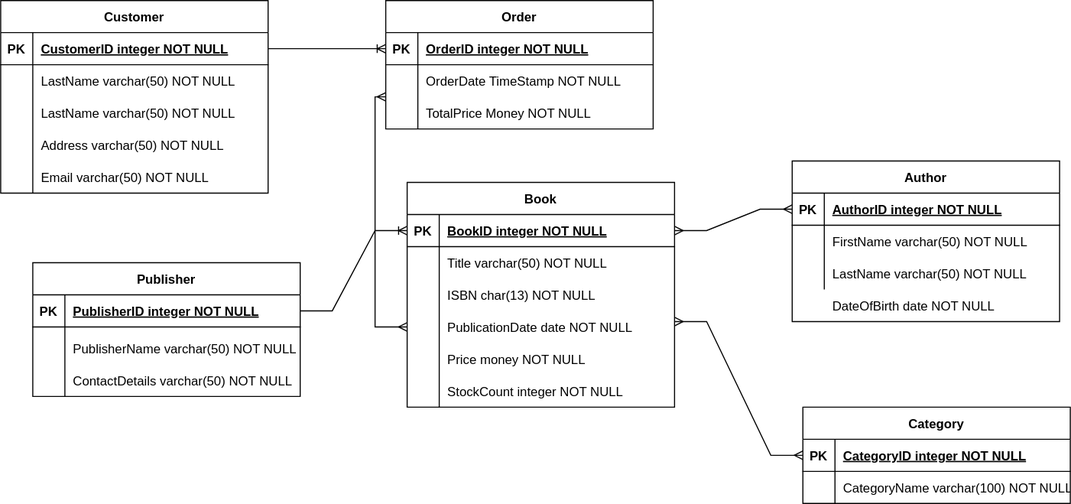
Before: docs/Bookstore-API-ERD.drawio.svg, a diagram exported from draw.io (Software-Engineering-1-Group-13/Bookstore-API). Source tidied: cells renumbered, new cells last; positions are measured from the earlier drawing's top-left corner, leaving out a move shared by most shapes.
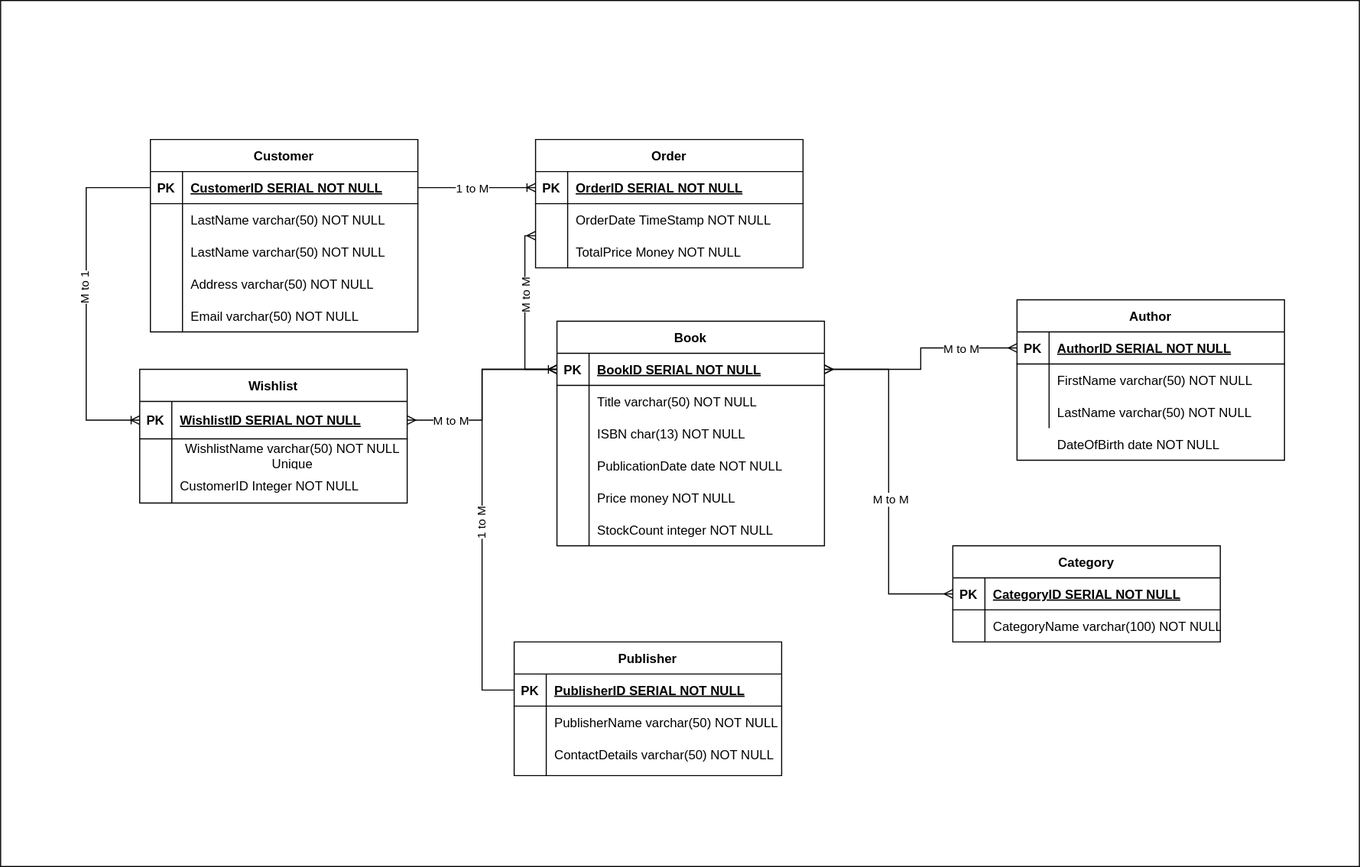
The same file after the commit.

Commit message:
BSAPI-5: added additional explanation and wishlist table.

The edit, as a diff of the source:
```diff
@@ -2,8 +2,11 @@
   <root>
     <mxCell id="0" />
     <mxCell id="1" parent="0" />
+    <mxCell id="84" style="rounded=0;whiteSpace=wrap;html=1;" parent="1" vertex="1">
+      <mxGeometry x="-140" y="-130" width="1270" height="810" as="geometry" />
+    </mxCell>
     <mxCell id="2" value="Author" style="shape=table;startSize=30;rowLines=0;fontStyle=1;align=center;" parent="1" vertex="1">
-      <mxGeometry x="740" y="150" width="250" height="150" as="geometry" />
+      <mxGeometry x="810" y="150" width="250" height="150" as="geometry" />
     </mxCell>
     <mxCell id="3" style="shape=partialRectangle;fillColor=none;points=[[0,0.5],[1,0.5]];portConstraint=eastwest;top=0;left=0;right=0;bottom=1;" parent="2" vertex="1">
       <mxGeometry y="30" width="250" height="30" as="geometry" />
@@ -11,7 +14,7 @@
     <mxCell id="4" value="PK" style="shape=partialRectangle;overflow=hidden;fillColor=none;top=0;left=0;bottom=0;right=0;fontStyle=1;" parent="3" vertex="1">
       <mxGeometry width="30" height="30" as="geometry" />
     </mxCell>
-    <mxCell id="5" value="AuthorID integer NOT NULL " style="shape=partialRectangle;overflow=hidden;fillColor=none;top=0;left=0;bottom=0;right=0;align=left;spacingLeft=6;fontStyle=5;" parent="3" vertex="1">
+    <mxCell id="5" value="AuthorID SERIAL NOT NULL " style="shape=partialRectangle;overflow=hidden;fillColor=none;top=0;left=0;bottom=0;right=0;align=left;spacingLeft=6;fontStyle=5;" parent="3" vertex="1">
       <mxGeometry x="30" width="220" height="30" as="geometry" />
     </mxCell>
     <mxCell id="6" style="shape=partialRectangle;fillColor=none;top=0;left=0;right=0;bottom=0;" parent="2" vertex="1">
@@ -41,7 +44,7 @@
     <mxCell id="14" value="PK" style="shape=partialRectangle;overflow=hidden;fillColor=none;top=0;left=0;bottom=0;right=0;fontStyle=1;" parent="13" vertex="1">
       <mxGeometry width="30" height="30" as="geometry" />
     </mxCell>
-    <mxCell id="15" value="BookID integer NOT NULL " style="shape=partialRectangle;overflow=hidden;fillColor=none;top=0;left=0;bottom=0;right=0;align=left;spacingLeft=6;fontStyle=5;" parent="13" vertex="1">
+    <mxCell id="15" value="BookID SERIAL NOT NULL " style="shape=partialRectangle;overflow=hidden;fillColor=none;top=0;left=0;bottom=0;right=0;align=left;spacingLeft=6;fontStyle=5;" parent="13" vertex="1">
       <mxGeometry x="30" width="220" height="30" as="geometry" />
     </mxCell>
     <mxCell id="16" style="shape=partialRectangle;fillColor=none;points=[[0,0.5],[1,0.5]];portConstraint=eastwest;top=0;left=0;right=0;bottom=0;" parent="12" vertex="1">
@@ -77,7 +80,7 @@
     <mxCell id="26" value="PK" style="shape=partialRectangle;overflow=hidden;fillColor=none;top=0;left=0;bottom=0;right=0;fontStyle=1;" parent="25" vertex="1">
       <mxGeometry width="30" height="30" as="geometry" />
     </mxCell>
-    <mxCell id="27" value="CategoryID integer NOT NULL " style="shape=partialRectangle;overflow=hidden;fillColor=none;top=0;left=0;bottom=0;right=0;align=left;spacingLeft=6;fontStyle=5;" parent="25" vertex="1">
+    <mxCell id="27" value="CategoryID SERIAL NOT NULL " style="shape=partialRectangle;overflow=hidden;fillColor=none;top=0;left=0;bottom=0;right=0;align=left;spacingLeft=6;fontStyle=5;" parent="25" vertex="1">
       <mxGeometry x="30" width="220" height="30" as="geometry" />
     </mxCell>
     <mxCell id="28" style="shape=partialRectangle;fillColor=none;top=0;left=0;right=0;bottom=0;" parent="24" vertex="1">
@@ -89,15 +92,14 @@
     <mxCell id="30" value="CategoryName varchar(100) NOT NULL" style="shape=partialRectangle;overflow=hidden;fillColor=none;top=0;left=0;bottom=0;right=0;align=left;spacingLeft=6;" parent="28" vertex="1">
       <mxGeometry x="30" width="220" height="30" as="geometry" />
     </mxCell>
-    <mxCell id="31" style="edgeStyle=entityRelationEdgeStyle;fontSize=12;html=1;endArrow=ERmany;startArrow=ERmany;rounded=0;fontFamily=Helvetica;fontColor=default;entryX=0;entryY=0.5;entryDx=0;entryDy=0;exitX=1;exitY=0.5;exitDx=0;exitDy=0;" parent="1" edge="1" source="13" target="3">
-      <mxGeometry relative="1" as="geometry">
-        <Array as="points">
-          <mxPoint x="670" y="290" />
-        </Array>
-      </mxGeometry>
+    <mxCell id="31" style="edgeStyle=orthogonalEdgeStyle;fontSize=12;html=1;endArrow=ERmany;startArrow=ERmany;rounded=0;fontFamily=Helvetica;fontColor=default;entryX=0;entryY=0.5;entryDx=0;entryDy=0;exitX=1;exitY=0.5;exitDx=0;exitDy=0;" parent="1" edge="1" source="13" target="3">
+      <mxGeometry relative="1" as="geometry" />
     </mxCell>
+    <mxCell id="85" value="M to M" style="edgeLabel;html=1;align=center;verticalAlign=middle;" parent="31" vertex="1">
+      <mxGeometry x="0.47" relative="1" as="geometry" />
+    </mxCell>
     <mxCell id="32" style="shape=partialRectangle;fillColor=none;top=0;left=0;right=0;bottom=0;" parent="1" vertex="1">
-      <mxGeometry x="740" y="270" width="250" height="30" as="geometry" />
+      <mxGeometry x="810" y="270" width="250" height="30" as="geometry" />
     </mxCell>
     <mxCell id="33" style="shape=partialRectangle;overflow=hidden;fillColor=none;top=0;left=0;bottom=0;right=0;" parent="32" vertex="1">
       <mxGeometry width="30" height="30" as="geometry" />
@@ -106,7 +108,7 @@
       <mxGeometry x="30" width="220" height="30" as="geometry" />
     </mxCell>
     <mxCell id="35" value="Publisher" style="shape=table;startSize=30;rowLines=0;fontStyle=1;align=center;" parent="1" vertex="1">
-      <mxGeometry x="30" y="245" width="250" height="125" as="geometry" />
+      <mxGeometry x="340" y="470" width="250" height="125" as="geometry" />
     </mxCell>
     <mxCell id="36" style="shape=partialRectangle;fillColor=none;points=[[0,0.5],[1,0.5]];portConstraint=eastwest;top=0;left=0;right=0;bottom=1;" parent="35" vertex="1">
       <mxGeometry y="30" width="250" height="30" as="geometry" />
@@ -114,7 +116,7 @@
     <mxCell id="37" value="PK" style="shape=partialRectangle;overflow=hidden;fillColor=none;top=0;left=0;bottom=0;right=0;fontStyle=1;" parent="36" vertex="1">
       <mxGeometry width="30" height="30" as="geometry" />
     </mxCell>
-    <mxCell id="38" value="PublisherID integer NOT NULL " style="shape=partialRectangle;overflow=hidden;fillColor=none;top=0;left=0;bottom=0;right=0;align=left;spacingLeft=6;fontStyle=5;" parent="36" vertex="1">
+    <mxCell id="38" value="PublisherID SERIAL NOT NULL " style="shape=partialRectangle;overflow=hidden;fillColor=none;top=0;left=0;bottom=0;right=0;align=left;spacingLeft=6;fontStyle=5;" parent="36" vertex="1">
       <mxGeometry x="30" width="220" height="30" as="geometry" />
     </mxCell>
     <mxCell id="39" style="shape=partialRectangle;fillColor=none;top=0;left=0;right=0;bottom=0;" parent="35" vertex="1">
@@ -126,13 +128,14 @@
     <mxCell id="41" style="shape=partialRectangle;overflow=hidden;fillColor=none;top=0;left=0;bottom=0;right=0;align=left;spacingLeft=6;" parent="39" vertex="1">
       <mxGeometry x="30" width="220" height="65" as="geometry" />
     </mxCell>
-    <mxCell id="42" style="edgeStyle=entityRelationEdgeStyle;fontSize=12;html=1;endArrow=ERmany;startArrow=ERmany;rounded=0;fontFamily=Helvetica;fontColor=default;entryX=0;entryY=0.5;entryDx=0;entryDy=0;" parent="1" edge="1" target="25">
-      <mxGeometry relative="1" as="geometry">
-        <mxPoint x="630" y="300" as="sourcePoint" />
-      </mxGeometry>
+    <mxCell id="42" style="edgeStyle=orthogonalEdgeStyle;fontSize=12;html=1;endArrow=ERmany;startArrow=ERmany;rounded=0;fontFamily=Helvetica;fontColor=default;entryX=0;entryY=0.5;entryDx=0;entryDy=0;exitX=1;exitY=0.5;exitDx=0;exitDy=0;" parent="1" edge="1" source="13" target="25">
+      <mxGeometry relative="1" as="geometry" />
     </mxCell>
+    <mxCell id="86" value="M to M" style="edgeLabel;html=1;align=center;verticalAlign=middle;" parent="42" vertex="1">
+      <mxGeometry x="0.1" y="1" relative="1" as="geometry" />
+    </mxCell>
     <mxCell id="43" style="shape=partialRectangle;fillColor=none;top=0;left=0;right=0;bottom=0;" parent="1" vertex="1">
-      <mxGeometry x="30" y="340" width="250" height="30" as="geometry" />
+      <mxGeometry x="340" y="560" width="250" height="30" as="geometry" />
     </mxCell>
     <mxCell id="44" style="shape=partialRectangle;overflow=hidden;fillColor=none;top=0;left=0;bottom=0;right=0;" parent="43" vertex="1">
       <mxGeometry width="30" height="30" as="geometry" />
@@ -140,9 +143,19 @@
     <mxCell id="45" value="ContactDetails varchar(50) NOT NULL" style="shape=partialRectangle;overflow=hidden;fillColor=none;top=0;left=0;bottom=0;right=0;align=left;spacingLeft=6;" parent="43" vertex="1">
       <mxGeometry x="30" width="220" height="30" as="geometry" />
     </mxCell>
-    <mxCell id="46" style="edgeStyle=entityRelationEdgeStyle;fontSize=12;html=1;endArrow=ERoneToMany;rounded=0;fontFamily=Helvetica;fontColor=default;exitX=1;exitY=0.5;exitDx=0;exitDy=0;entryX=0;entryY=0.5;entryDx=0;entryDy=0;" parent="1" edge="1" source="36" target="13">
-      <mxGeometry relative="1" as="geometry" />
+    <mxCell id="46" style="edgeStyle=orthogonalEdgeStyle;fontSize=12;html=1;endArrow=ERoneToMany;rounded=0;fontFamily=Helvetica;fontColor=default;exitX=0;exitY=0.5;exitDx=0;exitDy=0;entryX=0;entryY=0.5;entryDx=0;entryDy=0;" parent="1" edge="1" source="36" target="13">
+      <mxGeometry relative="1" as="geometry">
+        <Array as="points">
+          <mxPoint x="310" y="515" />
+          <mxPoint x="310" y="215" />
+        </Array>
+      </mxGeometry>
     </mxCell>
+    <mxCell id="87" value="1 to M" style="edgeLabel;html=1;align=center;verticalAlign=middle;rotation=-90;" parent="46" vertex="1">
+      <mxGeometry x="-0.29" y="1" relative="1" as="geometry">
+        <mxPoint y="-44" as="offset" />
+      </mxGeometry>
+    </mxCell>
     <mxCell id="47" value="Customer" style="shape=table;startSize=30;rowLines=0;fontStyle=1;align=center;" parent="1" vertex="1">
       <mxGeometry width="250" height="180" as="geometry" />
     </mxCell>
@@ -152,7 +165,7 @@
     <mxCell id="49" value="PK" style="shape=partialRectangle;overflow=hidden;fillColor=none;top=0;left=0;bottom=0;right=0;fontStyle=1;" parent="48" vertex="1">
       <mxGeometry width="30" height="30" as="geometry" />
     </mxCell>
-    <mxCell id="50" value="CustomerID integer NOT NULL " style="shape=partialRectangle;overflow=hidden;fillColor=none;top=0;left=0;bottom=0;right=0;align=left;spacingLeft=6;fontStyle=5;" parent="48" vertex="1">
+    <mxCell id="50" value="CustomerID SERIAL NOT NULL " style="shape=partialRectangle;overflow=hidden;fillColor=none;top=0;left=0;bottom=0;right=0;align=left;spacingLeft=6;fontStyle=5;" parent="48" vertex="1">
       <mxGeometry x="30" width="220" height="30" as="geometry" />
     </mxCell>
     <mxCell id="51" style="shape=partialRectangle;fillColor=none;top=0;left=0;right=0;bottom=0;" parent="47" vertex="1">
@@ -206,7 +219,7 @@
     <mxCell id="67" value="PK" style="shape=partialRectangle;overflow=hidden;fillColor=none;top=0;left=0;bottom=0;right=0;fontStyle=1;" parent="66" vertex="1">
       <mxGeometry width="30" height="30" as="geometry" />
     </mxCell>
-    <mxCell id="68" value="OrderID integer NOT NULL " style="shape=partialRectangle;overflow=hidden;fillColor=none;top=0;left=0;bottom=0;right=0;align=left;spacingLeft=6;fontStyle=5;" parent="66" vertex="1">
+    <mxCell id="68" value="OrderID SERIAL NOT NULL " style="shape=partialRectangle;overflow=hidden;fillColor=none;top=0;left=0;bottom=0;right=0;align=left;spacingLeft=6;fontStyle=5;" parent="66" vertex="1">
       <mxGeometry x="30" width="220" height="30" as="geometry" />
     </mxCell>
     <mxCell id="69" style="shape=partialRectangle;fillColor=none;points=[[0,0.5],[1,0.5]];portConstraint=eastwest;top=0;left=0;right=0;bottom=0;" parent="65" vertex="1">
@@ -239,14 +252,29 @@
     <mxCell id="78" style="edgeStyle=entityRelationEdgeStyle;fontSize=12;html=1;endArrow=ERoneToMany;rounded=0;fontFamily=Helvetica;fontColor=default;exitX=1;exitY=0.5;exitDx=0;exitDy=0;entryX=0;entryY=0.5;entryDx=0;entryDy=0;" parent="1" edge="1" source="48" target="66">
       <mxGeometry relative="1" as="geometry" />
     </mxCell>
+    <mxCell id="88" value="1 to M" style="edgeLabel;html=1;align=center;verticalAlign=middle;" parent="78" vertex="1">
+      <mxGeometry x="0.11" relative="1" as="geometry">
+        <mxPoint x="-11" as="offset" />
+      </mxGeometry>
+    </mxCell>
     <mxCell id="79" value="Email varchar(50) NOT NULL" style="shape=partialRectangle;overflow=hidden;fillColor=none;top=0;left=0;bottom=0;right=0;align=left;spacingLeft=6;" parent="1" vertex="1">
       <mxGeometry x="30" y="150" width="220" height="30" as="geometry" />
     </mxCell>
-    <mxCell id="80" style="edgeStyle=orthogonalEdgeStyle;fontSize=12;html=1;endArrow=ERmany;startArrow=ERmany;rounded=0;fontFamily=Helvetica;fontColor=default;entryX=0;entryY=0.5;entryDx=0;entryDy=0;exitX=0;exitY=0.5;exitDx=0;exitDy=0;" parent="1" edge="1" source="16" target="69">
-      <mxGeometry relative="1" as="geometry" />
+    <mxCell id="80" style="edgeStyle=orthogonalEdgeStyle;fontSize=12;html=1;endArrow=ERmany;startArrow=ERmany;rounded=0;fontFamily=Helvetica;fontColor=default;entryX=0;entryY=0.5;entryDx=0;entryDy=0;exitX=0;exitY=0.5;exitDx=0;exitDy=0;" parent="1" edge="1" source="13" target="69">
+      <mxGeometry relative="1" as="geometry">
+        <Array as="points">
+          <mxPoint x="350" y="215" />
+          <mxPoint x="350" y="90" />
+        </Array>
+      </mxGeometry>
     </mxCell>
+    <mxCell id="89" value="M to M" style="edgeLabel;html=1;align=center;verticalAlign=middle;rotation=-90;" parent="80" vertex="1">
+      <mxGeometry x="0.27" relative="1" as="geometry">
+        <mxPoint y="7" as="offset" />
+      </mxGeometry>
+    </mxCell>
     <mxCell id="81" style="shape=partialRectangle;fillColor=none;top=0;left=0;right=0;bottom=0;" parent="1" vertex="1">
-      <mxGeometry x="30" y="310" width="250" height="30" as="geometry" />
+      <mxGeometry x="340" y="530" width="250" height="30" as="geometry" />
     </mxCell>
     <mxCell id="82" style="shape=partialRectangle;overflow=hidden;fillColor=none;top=0;left=0;bottom=0;right=0;" parent="81" vertex="1">
       <mxGeometry width="30" height="30" as="geometry" />
@@ -254,5 +282,65 @@
     <mxCell id="83" value="PublisherName varchar(50) NOT NULL" style="shape=partialRectangle;overflow=hidden;fillColor=none;top=0;left=0;bottom=0;right=0;align=left;spacingLeft=6;" parent="81" vertex="1">
       <mxGeometry x="30" width="220" height="30" as="geometry" />
     </mxCell>
+    <mxCell id="90" value="Wishlist" style="shape=table;startSize=30;rowLines=0;fontStyle=1;align=center;" parent="1" vertex="1">
+      <mxGeometry x="-10" y="215" width="250" height="125" as="geometry" />
+    </mxCell>
+    <mxCell id="91" style="shape=partialRectangle;fillColor=none;points=[[0,0.5],[1,0.5]];portConstraint=eastwest;top=0;left=0;right=0;bottom=1;" parent="90" vertex="1">
+      <mxGeometry y="30" width="250" height="35" as="geometry" />
+    </mxCell>
+    <mxCell id="92" value="PK" style="shape=partialRectangle;overflow=hidden;fillColor=none;top=0;left=0;bottom=0;right=0;fontStyle=1;" parent="91" vertex="1">
+      <mxGeometry width="30" height="35" as="geometry" />
+    </mxCell>
+    <mxCell id="93" value="WishlistID SERIAL NOT NULL " style="shape=partialRectangle;overflow=hidden;fillColor=none;top=0;left=0;bottom=0;right=0;align=left;spacingLeft=6;fontStyle=5;" parent="91" vertex="1">
+      <mxGeometry x="30" width="220" height="35" as="geometry" />
+    </mxCell>
+    <mxCell id="94" style="shape=partialRectangle;fillColor=none;top=0;left=0;right=0;bottom=0;" parent="90" vertex="1">
+      <mxGeometry y="65" width="250" height="60" as="geometry" />
+    </mxCell>
+    <mxCell id="95" style="shape=partialRectangle;overflow=hidden;fillColor=none;top=0;left=0;bottom=0;right=0;" parent="94" vertex="1">
+      <mxGeometry width="30" height="60" as="geometry" />
+    </mxCell>
+    <mxCell id="96" style="shape=partialRectangle;overflow=hidden;fillColor=none;top=0;left=0;bottom=0;right=0;align=left;spacingLeft=6;" parent="94" vertex="1">
+      <mxGeometry x="30" width="220" height="60" as="geometry" />
+    </mxCell>
+    <mxCell id="97" style="edgeStyle=orthogonalEdgeStyle;fontSize=12;html=1;endArrow=ERoneToMany;rounded=0;exitX=0;exitY=0.5;exitDx=0;exitDy=0;entryX=0;entryY=0.5;entryDx=0;entryDy=0;" parent="1" edge="1" source="48" target="91">
+      <mxGeometry relative="1" as="geometry">
+        <Array as="points">
+          <mxPoint x="-60" y="45" />
+          <mxPoint x="-60" y="263" />
+        </Array>
+      </mxGeometry>
+    </mxCell>
+    <mxCell id="98" value="M to 1" style="edgeLabel;html=1;align=center;verticalAlign=middle;rotation=-90;" parent="97" vertex="1">
+      <mxGeometry x="0.59" y="-2" relative="1" as="geometry">
+        <mxPoint y="-105" as="offset" />
+      </mxGeometry>
+    </mxCell>
+    <mxCell id="99" style="edgeStyle=orthogonalEdgeStyle;fontSize=12;html=1;endArrow=ERmany;startArrow=ERmany;rounded=0;exitX=1;exitY=0.5;exitDx=0;exitDy=0;entryX=0;entryY=0.5;entryDx=0;entryDy=0;" parent="1" edge="1" source="91" target="13">
+      <mxGeometry relative="1" as="geometry" />
+    </mxCell>
+    <mxCell id="100" value="M to M" style="edgeLabel;html=1;align=center;verticalAlign=middle;" parent="99" vertex="1">
+      <mxGeometry x="-0.42" y="1" relative="1" as="geometry">
+        <mxPoint x="-14" y="1" as="offset" />
+      </mxGeometry>
+    </mxCell>
+    <mxCell id="101" style="shape=partialRectangle;fillColor=none;top=0;left=0;right=0;bottom=0;align=center;" parent="1" vertex="1">
+      <mxGeometry x="-10" y="310" width="250" height="30" as="geometry" />
+    </mxCell>
+    <mxCell id="102" style="shape=partialRectangle;overflow=hidden;fillColor=none;top=0;left=0;bottom=0;right=0;" parent="101" vertex="1">
+      <mxGeometry width="30" height="30" as="geometry" />
+    </mxCell>
+    <mxCell id="103" value="CustomerID Integer NOT NULL" style="shape=partialRectangle;overflow=hidden;fillColor=none;top=0;left=0;bottom=0;right=0;align=left;spacingLeft=6;whiteSpace=wrap;" parent="101" vertex="1">
+      <mxGeometry x="30" width="220" height="30" as="geometry" />
+    </mxCell>
+    <mxCell id="104" style="shape=partialRectangle;fillColor=none;top=0;left=0;right=0;bottom=0;align=center;" parent="1" vertex="1">
+      <mxGeometry x="-10" y="280" width="250" height="30" as="geometry" />
+    </mxCell>
+    <mxCell id="105" style="shape=partialRectangle;overflow=hidden;fillColor=none;top=0;left=0;bottom=0;right=0;" parent="104" vertex="1">
+      <mxGeometry width="30" height="30" as="geometry" />
+    </mxCell>
+    <mxCell id="106" value="WishlistName varchar(50) NOT NULL Unique" style="shape=partialRectangle;overflow=hidden;fillColor=none;top=0;left=0;bottom=0;right=0;align=center;spacingLeft=6;whiteSpace=wrap;" parent="104" vertex="1">
+      <mxGeometry x="30" width="220" height="30" as="geometry" />
+    </mxCell>
   </root>
 </mxGraphModel>
```
